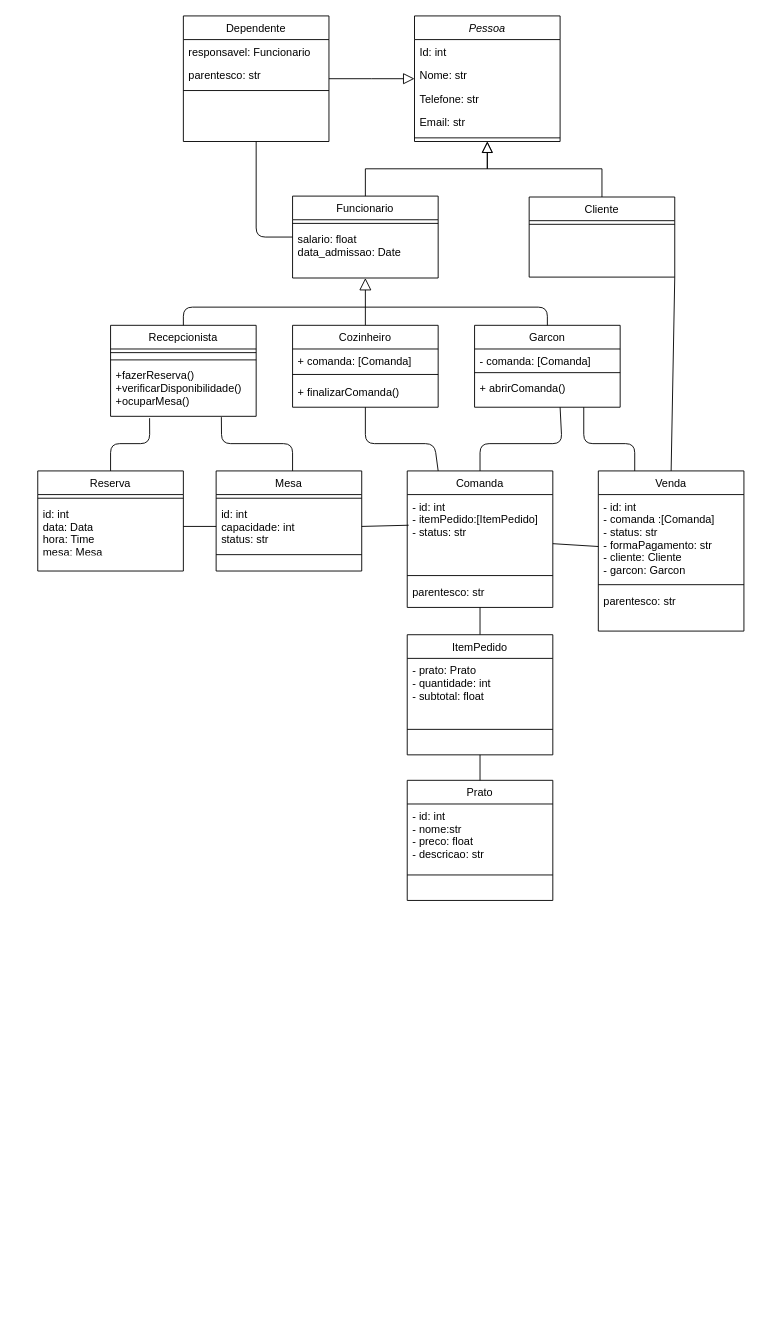
This is Diagrama_de_Classes.drawio from F-moreno/Gerenciador_Restaurante, a draw.io file, before an edit. Source tidied: cells renumbered, new cells numbered last; positions are measured from the earlier drawing's top-left corner, leaving out a move shared by most shapes. Both pictures are drawn from the tidied source at 91%, with x=0, y=0 at pixel (37, 15).
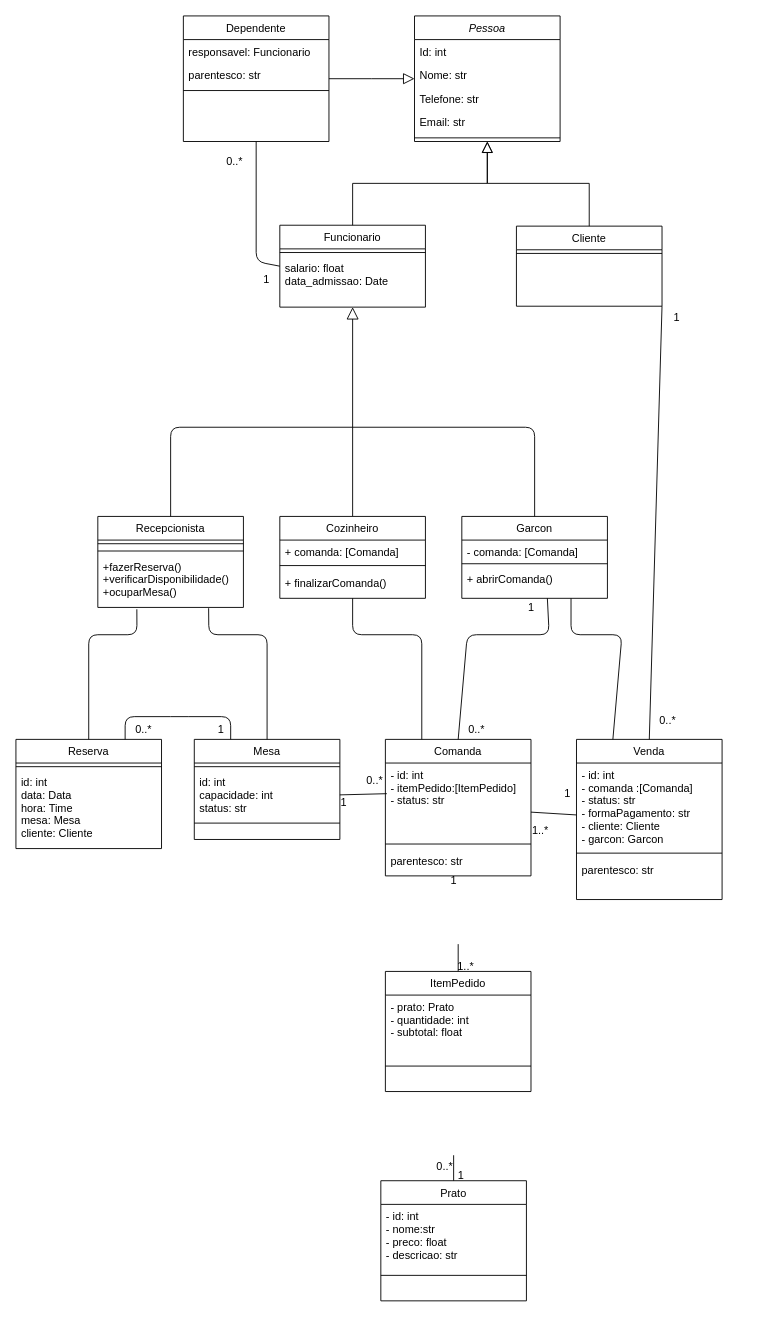
The same diagram, later.

Commit message (it also covers changes not shown here):
Iniciando classes pai e adicionando cardinalidade ao diagrama

Unchanged cells that the change refers to:
```xml
<mxCell id="8" value="Dependente" style="swimlane;fontStyle=0;align=center;verticalAlign=top;horizontal=1;startSize=26;rounded=0;shadow=0;strokeWidth=1;" parent="1" vertex="1">
  <mxGeometry x="160" width="160" height="138" as="geometry" />
</mxCell>
<mxCell id="24" value="+fazerReserva()&#10;+verificarDisponibilidade()&#10;+ocuparMesa()" style="text;align=left;verticalAlign=top;spacingLeft=4;spacingRight=4;overflow=hidden;points=[[0,0.5],[1,0.5]];portConstraint=eastwest;" parent="21" vertex="1">
  <mxGeometry y="42" width="160" height="58" as="geometry" />
</mxCell>
<mxCell id="41" value="id: int&#10;capacidade: int&#10;status: str" style="text;align=left;verticalAlign=top;spacingLeft=4;spacingRight=4;overflow=hidden;points=[[0,0.5],[1,0.5]];portConstraint=eastwest;" parent="39" vertex="1">
  <mxGeometry y="34" width="160" height="54" as="geometry" />
</mxCell>
```

What changed in the source:
```diff
@@
     <mxCell id="13" style="edgeStyle=none;html=1;entryX=0.5;entryY=1;entryDx=0;entryDy=0;endArrow=none;endFill=0;exitX=0;exitY=0.5;exitDx=0;exitDy=0;" parent="1" edge="1" source="14" target="8">
       <mxGeometry relative="1" as="geometry">
         <Array as="points">
-          <mxPoint x="240" y="243" />
+          <mxPoint x="240" y="270" />
         </Array>
       </mxGeometry>
     </mxCell>
     <mxCell id="14" value="Funcionario" style="swimlane;fontStyle=0;align=center;verticalAlign=top;horizontal=1;startSize=26;rounded=0;shadow=0;strokeWidth=1;" parent="1" vertex="1">
-      <mxGeometry x="280" y="198" width="160" height="90" as="geometry" />
+      <mxGeometry x="266" y="230" width="160" height="90" as="geometry" />
     </mxCell>
@@
     <mxCell id="18" value="Cliente" style="swimlane;fontStyle=0;align=center;verticalAlign=top;horizontal=1;startSize=26;rounded=0;shadow=0;strokeWidth=1;" parent="1" vertex="1">
-      <mxGeometry x="540" y="199" width="160" height="88" as="geometry" />
+      <mxGeometry x="526" y="231" width="160" height="88" as="geometry" />
     </mxCell>
@@
     <mxCell id="21" value="Recepcionista" style="swimlane;fontStyle=0;align=center;verticalAlign=top;horizontal=1;startSize=26;rounded=0;shadow=0;strokeWidth=1;" parent="1" vertex="1">
-      <mxGeometry x="80" y="340" width="160" height="100" as="geometry" />
+      <mxGeometry x="66" y="550" width="160" height="100" as="geometry" />
     </mxCell>
@@
     <mxCell id="26" value="Cozinheiro" style="swimlane;fontStyle=0;align=center;verticalAlign=top;horizontal=1;startSize=26;rounded=0;shadow=0;strokeWidth=1;" parent="1" vertex="1">
-      <mxGeometry x="280" y="340" width="160" height="90" as="geometry" />
+      <mxGeometry x="266" y="550" width="160" height="90" as="geometry" />
     </mxCell>
@@
     <mxCell id="30" value="Garcon" style="swimlane;fontStyle=0;align=center;verticalAlign=top;horizontal=1;startSize=26;rounded=0;shadow=0;strokeWidth=1;" parent="1" vertex="1">
-      <mxGeometry x="480" y="340" width="160" height="90" as="geometry" />
+      <mxGeometry x="466" y="550" width="160" height="90" as="geometry" />
     </mxCell>
@@
     <mxCell id="34" style="endArrow=none;html=1;exitX=0.5;exitY=0;exitDx=0;exitDy=0;" parent="1" edge="1" source="21">
       <mxGeometry relative="1" as="geometry">
-        <mxPoint x="360" y="320" as="targetPoint" />
+        <mxPoint x="346" y="452" as="targetPoint" />
         <Array as="points">
-          <mxPoint x="160" y="320" />
+          <mxPoint x="146" y="452" />
         </Array>
       </mxGeometry>
     </mxCell>
     <mxCell id="35" style="endArrow=none;html=1;exitX=0.5;exitY=0;exitDx=0;exitDy=0;" parent="1" edge="1" source="30">
       <mxGeometry relative="1" as="geometry">
-        <mxPoint x="360" y="320" as="targetPoint" />
+        <mxPoint x="346" y="452" as="targetPoint" />
         <Array as="points">
-          <mxPoint x="560" y="320" />
+          <mxPoint x="546" y="452" />
         </Array>
       </mxGeometry>
     </mxCell>
     <mxCell id="36" value="Reserva" style="swimlane;fontStyle=0;align=center;verticalAlign=top;horizontal=1;startSize=26;rounded=0;shadow=0;strokeWidth=1;" parent="1" vertex="1">
-      <mxGeometry y="500" width="160" height="110" as="geometry" />
+      <mxGeometry x="-24" y="795" width="160" height="120" as="geometry" />
     </mxCell>
@@
-    <mxCell id="38" value="id: int&#10;data: Data&#10;hora: Time&#10;mesa: Mesa" style="text;align=left;verticalAlign=top;spacingLeft=4;spacingRight=4;overflow=hidden;points=[[0,0.5],[1,0.5]];portConstraint=eastwest;" parent="36" vertex="1">
-      <mxGeometry y="34" width="160" height="54" as="geometry" />
+    <mxCell id="38" value="id: int&#10;data: Data&#10;hora: Time&#10;mesa: Mesa&#10;cliente: Cliente" style="text;align=left;verticalAlign=top;spacingLeft=4;spacingRight=4;overflow=hidden;points=[[0,0.5],[1,0.5]];portConstraint=eastwest;" parent="36" vertex="1">
+      <mxGeometry y="34" width="160" height="86" as="geometry" />
     </mxCell>
     <mxCell id="39" value="Mesa" style="swimlane;fontStyle=0;align=center;verticalAlign=top;horizontal=1;startSize=26;rounded=0;shadow=0;strokeWidth=1;" parent="1" vertex="1">
-      <mxGeometry x="196" y="500" width="160" height="110" as="geometry" />
+      <mxGeometry x="172" y="795" width="160" height="110" as="geometry" />
     </mxCell>
@@
     <mxCell id="43" value="Comanda" style="swimlane;fontStyle=0;align=center;verticalAlign=top;horizontal=1;startSize=26;rounded=0;shadow=0;strokeWidth=1;" parent="1" vertex="1">
-      <mxGeometry x="406" y="500" width="160" height="150" as="geometry" />
+      <mxGeometry x="382" y="795" width="160" height="150" as="geometry" />
     </mxCell>
@@
     <mxCell id="47" style="endArrow=none;html=1;exitX=0.5;exitY=0;exitDx=0;exitDy=0;entryX=0.268;entryY=1.035;entryDx=0;entryDy=0;entryPerimeter=0;" parent="1" edge="1" source="36" target="24">
       <mxGeometry relative="1" as="geometry">
         <Array as="points">
-          <mxPoint x="80" y="470" />
-          <mxPoint x="123" y="470" />
+          <mxPoint x="56" y="680" />
+          <mxPoint x="109" y="680" />
         </Array>
       </mxGeometry>
     </mxCell>
-    <mxCell id="48" style="endArrow=none;html=1;entryX=0.761;entryY=1.015;entryDx=0;entryDy=0;entryPerimeter=0;" parent="1" edge="1" target="24">
+    <mxCell id="48" style="endArrow=none;html=1;entryX=0.761;entryY=1.015;entryDx=0;entryDy=0;entryPerimeter=0;exitX=0.5;exitY=0;exitDx=0;exitDy=0;" parent="1" edge="1" source="39" target="24">
       <mxGeometry relative="1" as="geometry">
-        <mxPoint x="280" y="500" as="sourcePoint" />
         <Array as="points">
-          <mxPoint x="280" y="470" />
-          <mxPoint x="202" y="470" />
+          <mxPoint x="252" y="680" />
+          <mxPoint x="188" y="680" />
         </Array>
       </mxGeometry>
     </mxCell>
     <mxCell id="49" value="Prato" style="swimlane;fontStyle=0;align=center;verticalAlign=top;horizontal=1;startSize=26;rounded=0;shadow=0;strokeWidth=1;" parent="1" vertex="1">
-      <mxGeometry x="406" y="840" width="160" height="132" as="geometry" />
+      <mxGeometry x="377" y="1280" width="160" height="132" as="geometry" />
     </mxCell>
@@
-    <mxCell id="52" style="endArrow=none;html=1;" parent="1" edge="1" source="43" target="54">
-      <mxGeometry relative="1" as="geometry" />
+    <mxCell id="52" style="endArrow=none;html=1;" parent="1" edge="1" target="54">
+      <mxGeometry relative="1" as="geometry">
+        <mxPoint x="462" y="1020" as="sourcePoint" />
+      </mxGeometry>
     </mxCell>
     <mxCell id="53" style="endArrow=none;html=1;exitX=0.5;exitY=0;exitDx=0;exitDy=0;" parent="1" edge="1" source="43">
       <mxGeometry relative="1" as="geometry">
-        <mxPoint x="574" y="430" as="targetPoint" />
+        <mxPoint x="560" y="640" as="targetPoint" />
         <Array as="points">
-          <mxPoint x="486" y="470" />
-          <mxPoint x="576" y="470" />
+          <mxPoint x="472" y="680" />
+          <mxPoint x="562" y="680" />
         </Array>
       </mxGeometry>
     </mxCell>
     <mxCell id="54" value="ItemPedido" style="swimlane;fontStyle=0;align=center;verticalAlign=top;horizontal=1;startSize=26;rounded=0;shadow=0;strokeWidth=1;" parent="1" vertex="1">
-      <mxGeometry x="406" y="680" width="160" height="132" as="geometry" />
+      <mxGeometry x="382" y="1050" width="160" height="132" as="geometry" />
     </mxCell>
@@
-    <mxCell id="57" style="endArrow=none;html=1;exitX=0.5;exitY=1;exitDx=0;exitDy=0;entryX=0.5;entryY=0;entryDx=0;entryDy=0;" parent="1" edge="1" source="54" target="49">
-      <mxGeometry relative="1" as="geometry" />
+    <mxCell id="57" style="endArrow=none;html=1;exitX=0.5;exitY=1;exitDx=0;exitDy=0;entryX=0.5;entryY=0;entryDx=0;entryDy=0;" parent="1" edge="1" target="49">
+      <mxGeometry relative="1" as="geometry">
+        <mxPoint x="457" y="1252" as="sourcePoint" />
+      </mxGeometry>
     </mxCell>
-    <mxCell id="58" style="endArrow=none;html=1;" parent="1" edge="1" target="26">
+    <mxCell id="58" style="endArrow=none;html=1;exitX=0.25;exitY=0;exitDx=0;exitDy=0;" parent="1" edge="1" source="43" target="26">
       <mxGeometry relative="1" as="geometry">
-        <mxPoint x="440" y="500" as="sourcePoint" />
         <Array as="points">
-          <mxPoint x="436" y="470" />
-          <mxPoint x="360" y="470" />
+          <mxPoint x="422" y="680" />
+          <mxPoint x="346" y="680" />
         </Array>
       </mxGeometry>
     </mxCell>
@@
     <mxCell id="60" value="Venda" style="swimlane;fontStyle=0;align=center;verticalAlign=top;horizontal=1;startSize=26;rounded=0;shadow=0;strokeWidth=1;" parent="1" vertex="1">
-      <mxGeometry x="616" y="500" width="160" height="176" as="geometry" />
+      <mxGeometry x="592" y="795" width="160" height="176" as="geometry" />
     </mxCell>
@@
     <mxCell id="66" style="endArrow=none;html=1;entryX=0.75;entryY=1;entryDx=0;entryDy=0;exitX=0.25;exitY=0;exitDx=0;exitDy=0;" parent="1" edge="1" source="60" target="30">
       <mxGeometry relative="1" as="geometry">
         <Array as="points">
-          <mxPoint x="656" y="470" />
-          <mxPoint x="600" y="470" />
+          <mxPoint x="642" y="680" />
+          <mxPoint x="586" y="680" />
         </Array>
       </mxGeometry>
     </mxCell>
-    <mxCell id="67" style="edgeStyle=none;html=1;exitX=1;exitY=0.5;exitDx=0;exitDy=0;entryX=0;entryY=0.5;entryDx=0;entryDy=0;endArrow=none;endFill=0;" parent="1" edge="1" source="38" target="41">
-      <mxGeometry relative="1" as="geometry" />
+    <mxCell id="67" style="edgeStyle=none;html=1;exitX=0.75;exitY=0;exitDx=0;exitDy=0;entryX=0.25;entryY=0;entryDx=0;entryDy=0;endArrow=none;endFill=0;" parent="1" edge="1" source="36" target="39">
+      <mxGeometry relative="1" as="geometry">
+        <Array as="points">
+          <mxPoint x="96" y="770" />
+          <mxPoint x="156" y="770" />
+          <mxPoint x="212" y="770" />
+        </Array>
+      </mxGeometry>
     </mxCell>
+    <mxCell id="68" value="0..*" style="text;html=1;align=center;verticalAlign=middle;strokeColor=none;fillColor=none;" parent="1" vertex="1">
+      <mxGeometry x="672" y="760" width="40" height="30" as="geometry" />
+    </mxCell>
+    <mxCell id="69" value="1" style="text;html=1;align=center;verticalAlign=middle;strokeColor=none;fillColor=none;" parent="1" vertex="1">
+      <mxGeometry x="687" y="317" width="30" height="30" as="geometry" />
+    </mxCell>
+    <mxCell id="70" value="1" style="text;html=1;align=center;verticalAlign=middle;strokeColor=none;fillColor=none;" parent="1" vertex="1">
+      <mxGeometry x="567" y="840" width="30" height="30" as="geometry" />
+    </mxCell>
+    <mxCell id="71" value="1..*" style="text;html=1;align=center;verticalAlign=middle;strokeColor=none;fillColor=none;" parent="1" vertex="1">
+      <mxGeometry x="532" y="880" width="40" height="30" as="geometry" />
+    </mxCell>
+    <mxCell id="72" value="0..*" style="text;html=1;align=center;verticalAlign=middle;strokeColor=none;fillColor=none;" parent="1" vertex="1">
+      <mxGeometry x="350" y="825" width="40" height="30" as="geometry" />
+    </mxCell>
+    <mxCell id="73" value="1" style="text;html=1;align=center;verticalAlign=middle;strokeColor=none;fillColor=none;" parent="1" vertex="1">
+      <mxGeometry x="321" y="850" width="30" height="30" as="geometry" />
+    </mxCell>
+    <mxCell id="74" value="1" style="text;html=1;align=center;verticalAlign=middle;strokeColor=none;fillColor=none;" parent="1" vertex="1">
+      <mxGeometry x="186" y="770" width="30" height="30" as="geometry" />
+    </mxCell>
+    <mxCell id="75" value="0..*" style="text;html=1;align=center;verticalAlign=middle;strokeColor=none;fillColor=none;" parent="1" vertex="1">
+      <mxGeometry x="96" y="770" width="40" height="30" as="geometry" />
+    </mxCell>
+    <mxCell id="76" value="1" style="text;html=1;align=center;verticalAlign=middle;strokeColor=none;fillColor=none;" parent="1" vertex="1">
+      <mxGeometry x="527" y="635" width="30" height="30" as="geometry" />
+    </mxCell>
+    <mxCell id="77" value="0..*" style="text;html=1;align=center;verticalAlign=middle;strokeColor=none;fillColor=none;" parent="1" vertex="1">
+      <mxGeometry x="462" y="770" width="40" height="30" as="geometry" />
+    </mxCell>
+    <mxCell id="78" value="1..*" style="text;html=1;align=center;verticalAlign=middle;strokeColor=none;fillColor=none;" parent="1" vertex="1">
+      <mxGeometry x="450" y="1030" width="40" height="30" as="geometry" />
+    </mxCell>
+    <mxCell id="79" value="1" style="text;html=1;align=center;verticalAlign=middle;strokeColor=none;fillColor=none;" parent="1" vertex="1">
+      <mxGeometry x="442" y="935" width="30" height="30" as="geometry" />
+    </mxCell>
+    <mxCell id="80" value="1" style="text;html=1;align=center;verticalAlign=middle;strokeColor=none;fillColor=none;" parent="1" vertex="1">
+      <mxGeometry x="450" y="1260" width="30" height="30" as="geometry" />
+    </mxCell>
+    <mxCell id="81" value="0..*" style="text;html=1;align=center;verticalAlign=middle;strokeColor=none;fillColor=none;" parent="1" vertex="1">
+      <mxGeometry x="427" y="1250" width="40" height="30" as="geometry" />
+    </mxCell>
+    <mxCell id="82" value="0..*" style="text;html=1;align=center;verticalAlign=middle;strokeColor=none;fillColor=none;" parent="1" vertex="1">
+      <mxGeometry x="196" y="145" width="40" height="30" as="geometry" />
+    </mxCell>
+    <mxCell id="83" value="1" style="text;html=1;align=center;verticalAlign=middle;strokeColor=none;fillColor=none;" parent="1" vertex="1">
+      <mxGeometry x="236" y="275" width="30" height="30" as="geometry" />
+    </mxCell>
```
